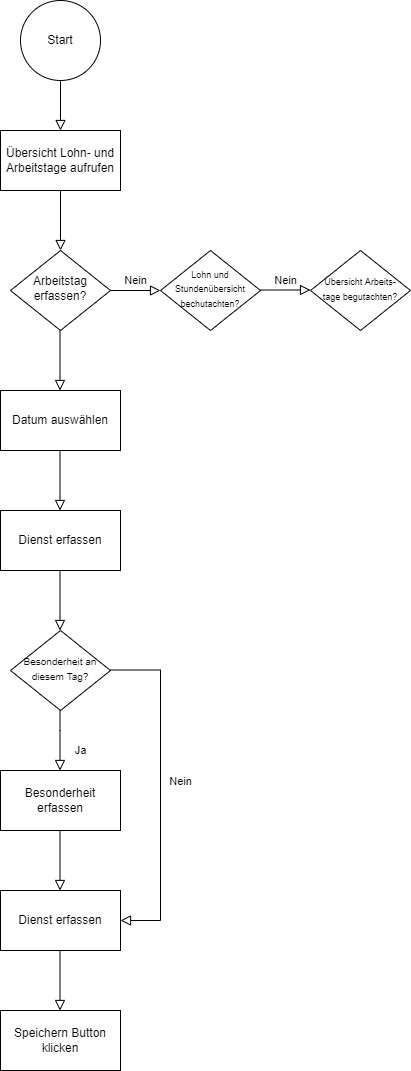
The draw.io diagram static/flowchart/flowchart_lohnundarbeitstage.png in ulber-patrick/projekt_22, before a commit. Source tidied: cells renumbered, new cells last; positions are measured from the earlier drawing's top-left corner, leaving out a move shared by most shapes.
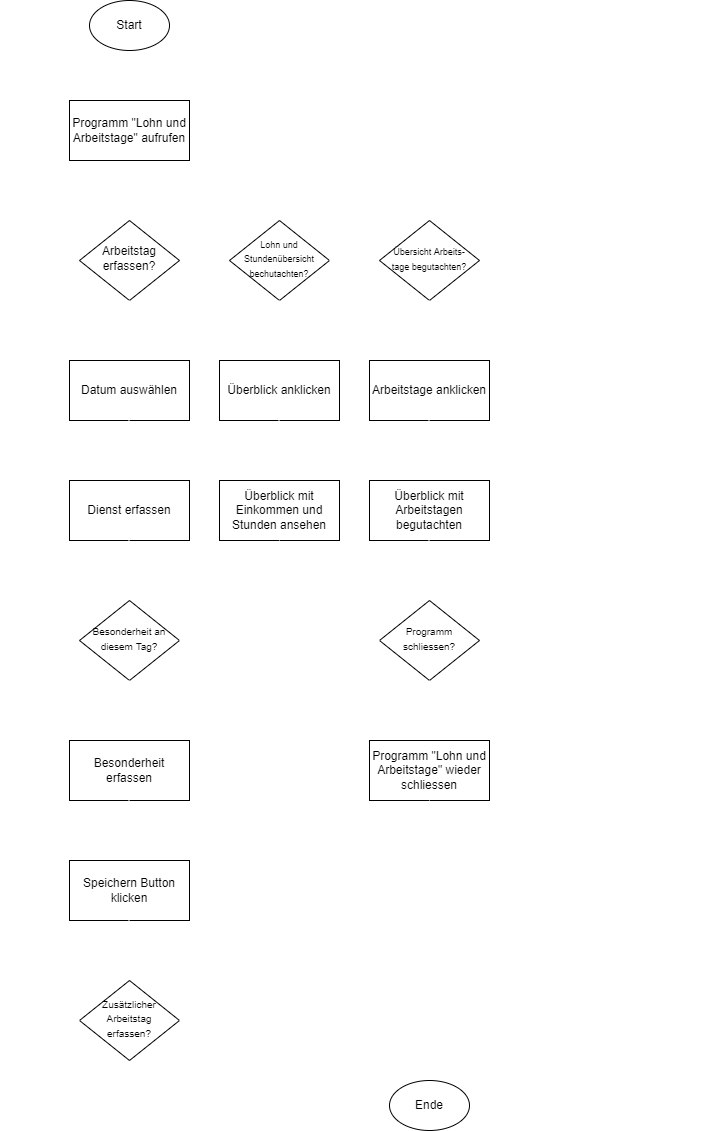
After the commit.

Change to the diagram source:
```diff
@@ -2,16 +2,16 @@
   <root>
     <mxCell id="0" />
     <mxCell id="1" parent="0" />
-    <mxCell id="2" style="rounded=0;html=1;jettySize=auto;orthogonalLoop=1;fontSize=11;endArrow=block;endFill=0;endSize=8;strokeWidth=1;shadow=0;labelBackgroundColor=none;edgeStyle=orthogonalEdgeStyle;" parent="1" edge="1">
+    <mxCell id="2" style="rounded=0;html=1;jettySize=auto;orthogonalLoop=1;fontSize=11;endArrow=block;endFill=0;endSize=8;strokeWidth=1;shadow=0;labelBackgroundColor=none;edgeStyle=orthogonalEdgeStyle;strokeColor=#FFFFFF;" parent="1" edge="1">
       <mxGeometry relative="1" as="geometry">
         <mxPoint x="60" y="80" as="sourcePoint" />
         <mxPoint x="60" y="130" as="targetPoint" />
       </mxGeometry>
     </mxCell>
-    <mxCell id="3" style="rounded=0;html=1;jettySize=auto;fontSize=11;endArrow=block;endFill=0;endSize=8;strokeWidth=1;shadow=0;labelBackgroundColor=none;edgeStyle=orthogonalEdgeStyle;" parent="1" edge="1" source="7" target="5">
+    <mxCell id="3" style="rounded=0;html=1;jettySize=auto;fontSize=11;endArrow=block;endFill=0;endSize=8;strokeWidth=1;shadow=0;labelBackgroundColor=none;edgeStyle=orthogonalEdgeStyle;strokeColor=#FFFFFF;" parent="1" edge="1" source="7" target="5">
       <mxGeometry y="20" relative="1" as="geometry" />
     </mxCell>
-    <mxCell id="4" value="Nein" style="edgeStyle=orthogonalEdgeStyle;rounded=0;html=1;jettySize=auto;fontSize=11;endArrow=block;endFill=0;endSize=8;strokeWidth=1;shadow=0;labelBackgroundColor=none;" parent="1" edge="1" source="5">
+    <mxCell id="4" value="NEIN" style="edgeStyle=orthogonalEdgeStyle;rounded=0;html=1;jettySize=auto;fontSize=11;endArrow=block;endFill=0;endSize=8;strokeWidth=1;shadow=0;labelBackgroundColor=none;strokeColor=#FFFFFF;fontColor=#FFFFFF;" parent="1" edge="1" source="5">
       <mxGeometry y="10" relative="1" as="geometry">
         <mxPoint x="160" y="290" as="targetPoint" />
       </mxGeometry>
@@ -19,21 +19,12 @@
     <mxCell id="5" value="Arbeitstag erfassen?" style="rhombus;whiteSpace=wrap;html=1;shadow=0;fontFamily=Helvetica;fontSize=12;align=center;strokeWidth=1;spacing=6;spacingTop=-4;" parent="1" vertex="1">
       <mxGeometry x="10" y="250" width="100" height="80" as="geometry" />
     </mxCell>
-    <mxCell id="6" value="Start" style="ellipse;whiteSpace=wrap;html=1;" parent="1" vertex="1">
-      <mxGeometry x="20" width="80" height="80" as="geometry" />
-    </mxCell>
-    <mxCell id="7" value="Übersicht Lohn- und Arbeitstage aufrufen" style="rounded=0;whiteSpace=wrap;html=1;" parent="1" vertex="1">
+    <mxCell id="7" value="Programm &quot;Lohn und Arbeitstage&quot; aufrufen" style="rounded=0;whiteSpace=wrap;html=1;" parent="1" vertex="1">
       <mxGeometry y="130" width="120" height="60" as="geometry" />
     </mxCell>
     <mxCell id="8" value="&lt;font style=&quot;font-size: 9px;&quot;&gt;Lohn und Stundenübersicht bechutachten?&lt;/font&gt;" style="rhombus;whiteSpace=wrap;html=1;shadow=0;fontFamily=Helvetica;fontSize=12;align=center;strokeWidth=1;spacing=6;spacingTop=-4;" parent="1" vertex="1">
       <mxGeometry x="160" y="250" width="100" height="80" as="geometry" />
     </mxCell>
-    <mxCell id="9" value="Nein" style="edgeStyle=orthogonalEdgeStyle;rounded=0;html=1;jettySize=auto;orthogonalLoop=1;fontSize=11;endArrow=block;endFill=0;endSize=8;strokeWidth=1;shadow=0;labelBackgroundColor=none;" parent="1" edge="1">
-      <mxGeometry y="10" relative="1" as="geometry">
-        <mxPoint x="260" y="289.5" as="sourcePoint" />
-        <mxPoint x="310" y="289.5" as="targetPoint" />
-      </mxGeometry>
-    </mxCell>
     <mxCell id="10" value="&lt;font style=&quot;font-size: 9px;&quot;&gt;Übersicht Arbeits-&lt;br&gt;tage begutachten?&lt;/font&gt;" style="rhombus;whiteSpace=wrap;html=1;shadow=0;fontFamily=Helvetica;fontSize=12;align=center;strokeWidth=1;spacing=6;spacingTop=-4;" parent="1" vertex="1">
       <mxGeometry x="310" y="250" width="100" height="80" as="geometry" />
     </mxCell>
@@ -49,8 +40,8 @@
     <mxCell id="14" value="Besonderheit erfassen" style="rounded=0;whiteSpace=wrap;html=1;" parent="1" vertex="1">
       <mxGeometry y="770" width="120" height="60" as="geometry" />
     </mxCell>
-    <mxCell id="15" value="Ja" style="rounded=0;html=1;jettySize=auto;orthogonalLoop=1;fontSize=11;endArrow=block;endFill=0;endSize=8;strokeWidth=1;shadow=0;labelBackgroundColor=none;edgeStyle=orthogonalEdgeStyle;" parent="1" edge="1">
-      <mxGeometry x="0.33" y="20" relative="1" as="geometry">
+    <mxCell id="15" value="JA" style="rounded=0;html=1;jettySize=auto;orthogonalLoop=1;fontSize=11;endArrow=block;endFill=0;endSize=8;strokeWidth=1;shadow=0;labelBackgroundColor=none;edgeStyle=orthogonalEdgeStyle;strokeColor=#FFFFFF;fontColor=#FFFFFF;" parent="1" edge="1">
+      <mxGeometry x="-0.33" y="20" relative="1" as="geometry">
         <mxPoint x="59.5" y="710" as="sourcePoint" />
         <mxPoint x="59.5" y="770" as="targetPoint" />
         <Array as="points">
@@ -59,51 +50,181 @@
         </Array>
       </mxGeometry>
     </mxCell>
-    <mxCell id="16" value="Nein" style="edgeStyle=orthogonalEdgeStyle;rounded=0;html=1;jettySize=auto;fontSize=11;endArrow=block;endFill=0;endSize=8;strokeWidth=1;shadow=0;labelBackgroundColor=none;entryX=1;entryY=0.5;entryDx=0;entryDy=0;" parent="1" edge="1" target="17">
+    <mxCell id="16" value="NEIN" style="edgeStyle=orthogonalEdgeStyle;rounded=0;html=1;jettySize=auto;orthogonalLoop=1;fontSize=11;endArrow=block;endFill=0;endSize=8;strokeWidth=1;shadow=0;labelBackgroundColor=none;entryX=1;entryY=0.5;entryDx=0;entryDy=0;strokeColor=#FFFFFF;fontColor=#FFFFFF;" parent="1" edge="1">
       <mxGeometry x="-0.06" y="20" relative="1" as="geometry">
         <mxPoint x="110" y="669.5" as="sourcePoint" />
+        <mxPoint x="120" y="920" as="targetPoint" />
         <Array as="points">
-          <mxPoint x="160" y="670" />
-          <mxPoint x="160" y="920" />
+          <mxPoint x="150" y="670" />
+          <mxPoint x="150" y="920" />
         </Array>
         <mxPoint y="1" as="offset" />
       </mxGeometry>
     </mxCell>
-    <mxCell id="17" value="Dienst erfassen" style="rounded=0;whiteSpace=wrap;html=1;" parent="1" vertex="1">
-      <mxGeometry y="890" width="120" height="60" as="geometry" />
-    </mxCell>
-    <mxCell id="18" style="rounded=0;html=1;jettySize=auto;orthogonalLoop=1;fontSize=11;endArrow=block;endFill=0;endSize=8;strokeWidth=1;shadow=0;labelBackgroundColor=none;edgeStyle=orthogonalEdgeStyle;" parent="1" edge="1">
+    <mxCell id="18" style="rounded=0;html=1;jettySize=auto;orthogonalLoop=1;fontSize=11;endArrow=block;endFill=0;endSize=8;strokeWidth=1;shadow=0;labelBackgroundColor=none;edgeStyle=orthogonalEdgeStyle;strokeColor=#FFFFFF;" parent="1" edge="1">
       <mxGeometry y="20" relative="1" as="geometry">
         <mxPoint x="59.5" y="450" as="sourcePoint" />
         <mxPoint x="59.5" y="510" as="targetPoint" />
       </mxGeometry>
     </mxCell>
-    <mxCell id="19" style="rounded=0;html=1;jettySize=auto;orthogonalLoop=1;fontSize=11;endArrow=block;endFill=0;endSize=8;strokeWidth=1;shadow=0;labelBackgroundColor=none;edgeStyle=orthogonalEdgeStyle;" parent="1" edge="1">
+    <mxCell id="19" value="JA" style="rounded=0;html=1;jettySize=auto;orthogonalLoop=1;fontSize=11;endArrow=block;endFill=0;endSize=8;strokeWidth=1;shadow=0;labelBackgroundColor=none;edgeStyle=orthogonalEdgeStyle;strokeColor=#FFFFFF;fontColor=#FFFFFF;" parent="1" edge="1">
       <mxGeometry y="20" relative="1" as="geometry">
         <mxPoint x="59.5" y="330" as="sourcePoint" />
         <mxPoint x="59.5" y="390" as="targetPoint" />
       </mxGeometry>
     </mxCell>
-    <mxCell id="20" style="rounded=0;html=1;jettySize=auto;orthogonalLoop=1;fontSize=11;endArrow=block;endFill=0;endSize=8;strokeWidth=1;shadow=0;labelBackgroundColor=none;edgeStyle=orthogonalEdgeStyle;" parent="1" edge="1">
+    <mxCell id="20" style="rounded=0;html=1;jettySize=auto;orthogonalLoop=1;fontSize=11;endArrow=block;endFill=0;endSize=8;strokeWidth=1;shadow=0;labelBackgroundColor=none;edgeStyle=orthogonalEdgeStyle;strokeColor=#FFFFFF;" parent="1" edge="1">
       <mxGeometry y="20" relative="1" as="geometry">
         <mxPoint x="59.5" y="570" as="sourcePoint" />
         <mxPoint x="59.5" y="630" as="targetPoint" />
       </mxGeometry>
     </mxCell>
     <mxCell id="21" value="Speichern Button klicken" style="rounded=0;whiteSpace=wrap;html=1;" parent="1" vertex="1">
-      <mxGeometry y="1010" width="120" height="60" as="geometry" />
+      <mxGeometry y="890" width="120" height="60" as="geometry" />
     </mxCell>
-    <mxCell id="22" style="rounded=0;html=1;jettySize=auto;orthogonalLoop=1;fontSize=11;endArrow=block;endFill=0;endSize=8;strokeWidth=1;shadow=0;labelBackgroundColor=none;edgeStyle=orthogonalEdgeStyle;" parent="1" edge="1">
-      <mxGeometry y="20" relative="1" as="geometry">
-        <mxPoint x="59.5" y="950" as="sourcePoint" />
-        <mxPoint x="59.5" y="1010" as="targetPoint" />
-      </mxGeometry>
-    </mxCell>
-    <mxCell id="23" style="rounded=0;html=1;jettySize=auto;orthogonalLoop=1;fontSize=11;endArrow=block;endFill=0;endSize=8;strokeWidth=1;shadow=0;labelBackgroundColor=none;edgeStyle=orthogonalEdgeStyle;" parent="1" edge="1">
+    <mxCell id="23" style="rounded=0;html=1;jettySize=auto;orthogonalLoop=1;fontSize=11;endArrow=block;endFill=0;endSize=8;strokeWidth=1;shadow=0;labelBackgroundColor=none;edgeStyle=orthogonalEdgeStyle;strokeColor=#FFFFFF;" parent="1" edge="1">
       <mxGeometry y="20" relative="1" as="geometry">
         <mxPoint x="59.5" y="830" as="sourcePoint" />
         <mxPoint x="59.5" y="890" as="targetPoint" />
       </mxGeometry>
     </mxCell>
+    <mxCell id="6" value="Start" style="ellipse;whiteSpace=wrap;html=1;" parent="1" vertex="1">
+      <mxGeometry x="20" y="30" width="80" height="50" as="geometry" />
+    </mxCell>
+    <mxCell id="24" value="Überblick anklicken" style="rounded=0;whiteSpace=wrap;html=1;" parent="1" vertex="1">
+      <mxGeometry x="150" y="390" width="120" height="60" as="geometry" />
+    </mxCell>
+    <mxCell id="25" value="NEIN" style="edgeStyle=orthogonalEdgeStyle;rounded=0;html=1;jettySize=auto;orthogonalLoop=1;fontSize=11;endArrow=block;endFill=0;endSize=8;strokeWidth=1;shadow=0;labelBackgroundColor=none;strokeColor=#FFFFFF;fontColor=#FFFFFF;" parent="1" edge="1">
+      <mxGeometry y="10" relative="1" as="geometry">
+        <mxPoint x="260" y="289.5" as="sourcePoint" />
+        <mxPoint x="310" y="289.5" as="targetPoint" />
+      </mxGeometry>
+    </mxCell>
+    <mxCell id="26" value="JA" style="rounded=0;html=1;jettySize=auto;orthogonalLoop=1;fontSize=11;endArrow=block;endFill=0;endSize=8;strokeWidth=1;shadow=0;labelBackgroundColor=none;edgeStyle=orthogonalEdgeStyle;strokeColor=#FFFFFF;fontColor=#FFFFFF;" parent="1" edge="1">
+      <mxGeometry y="20" relative="1" as="geometry">
+        <mxPoint x="209.5" y="330" as="sourcePoint" />
+        <mxPoint x="209.5" y="390" as="targetPoint" />
+      </mxGeometry>
+    </mxCell>
+    <mxCell id="27" value="Arbeitstage anklicken" style="rounded=0;whiteSpace=wrap;html=1;" parent="1" vertex="1">
+      <mxGeometry x="300" y="390" width="120" height="60" as="geometry" />
+    </mxCell>
+    <mxCell id="28" value="JA" style="rounded=0;html=1;jettySize=auto;orthogonalLoop=1;fontSize=11;endArrow=block;endFill=0;endSize=8;strokeWidth=1;shadow=0;labelBackgroundColor=none;edgeStyle=orthogonalEdgeStyle;strokeColor=#FFFFFF;fontColor=#FFFFFF;" parent="1" edge="1">
+      <mxGeometry y="20" relative="1" as="geometry">
+        <mxPoint x="359.5" y="330" as="sourcePoint" />
+        <mxPoint x="359.5" y="390" as="targetPoint" />
+      </mxGeometry>
+    </mxCell>
+    <mxCell id="29" value="Überblick mit Einkommen und Stunden ansehen" style="rounded=0;whiteSpace=wrap;html=1;" parent="1" vertex="1">
+      <mxGeometry x="150" y="510" width="120" height="60" as="geometry" />
+    </mxCell>
+    <mxCell id="30" value="&lt;font style=&quot;font-size: 10px;&quot;&gt;Zusätzlicher Arbeitstag erfassen?&lt;/font&gt;" style="rhombus;whiteSpace=wrap;html=1;shadow=0;fontFamily=Helvetica;fontSize=12;align=center;strokeWidth=1;spacing=6;spacingTop=-4;" parent="1" vertex="1">
+      <mxGeometry x="10" y="1010" width="100" height="80" as="geometry" />
+    </mxCell>
+    <mxCell id="31" style="rounded=0;html=1;jettySize=auto;orthogonalLoop=1;fontSize=11;endArrow=block;endFill=0;endSize=8;strokeWidth=1;shadow=0;labelBackgroundColor=none;edgeStyle=orthogonalEdgeStyle;strokeColor=#FFFFFF;" parent="1" edge="1">
+      <mxGeometry y="20" relative="1" as="geometry">
+        <mxPoint x="59.5" y="950" as="sourcePoint" />
+        <mxPoint x="59.5" y="1010" as="targetPoint" />
+      </mxGeometry>
+    </mxCell>
+    <mxCell id="32" style="rounded=0;html=1;jettySize=auto;fontSize=11;endArrow=block;endFill=0;endSize=8;strokeWidth=1;shadow=0;labelBackgroundColor=none;edgeStyle=orthogonalEdgeStyle;entryX=0;entryY=0.5;entryDx=0;entryDy=0;strokeColor=#FFFFFF;" parent="1" edge="1" target="11">
+      <mxGeometry y="20" relative="1" as="geometry">
+        <mxPoint x="10" y="1050" as="sourcePoint" />
+        <Array as="points">
+          <mxPoint x="9" y="1050" />
+          <mxPoint x="-30" y="1050" />
+          <mxPoint x="-30" y="420" />
+        </Array>
+      </mxGeometry>
+    </mxCell>
+    <mxCell id="33" value="JA" style="edgeLabel;html=1;align=center;verticalAlign=middle;fontSize=9;fontColor=#FFFFFF;labelBackgroundColor=none;" parent="32" vertex="1">
+      <mxGeometry x="-0.21" y="-3" relative="1" as="geometry">
+        <mxPoint x="17" y="225" as="offset" />
+      </mxGeometry>
+    </mxCell>
+    <mxCell id="34" value="Überblick mit Arbeitstagen begutachten" style="rounded=0;whiteSpace=wrap;html=1;" parent="1" vertex="1">
+      <mxGeometry x="300" y="510" width="120" height="60" as="geometry" />
+    </mxCell>
+    <mxCell id="35" style="rounded=0;html=1;jettySize=auto;orthogonalLoop=1;fontSize=11;endArrow=block;endFill=0;endSize=8;strokeWidth=1;shadow=0;labelBackgroundColor=none;edgeStyle=orthogonalEdgeStyle;strokeColor=#FFFFFF;" parent="1" edge="1">
+      <mxGeometry y="20" relative="1" as="geometry">
+        <mxPoint x="359.5" y="450" as="sourcePoint" />
+        <mxPoint x="359.5" y="510" as="targetPoint" />
+      </mxGeometry>
+    </mxCell>
+    <mxCell id="36" style="rounded=0;html=1;jettySize=auto;orthogonalLoop=1;fontSize=11;endArrow=block;endFill=0;endSize=8;strokeWidth=1;shadow=0;labelBackgroundColor=none;edgeStyle=orthogonalEdgeStyle;strokeColor=#FFFFFF;" parent="1" edge="1">
+      <mxGeometry y="20" relative="1" as="geometry">
+        <mxPoint x="209.5" y="450" as="sourcePoint" />
+        <mxPoint x="209.5" y="510" as="targetPoint" />
+      </mxGeometry>
+    </mxCell>
+    <mxCell id="37" style="rounded=0;html=1;jettySize=auto;fontSize=11;endArrow=block;endFill=0;endSize=8;strokeWidth=1;shadow=0;labelBackgroundColor=none;edgeStyle=orthogonalEdgeStyle;exitX=0.5;exitY=1;exitDx=0;exitDy=0;entryX=0.5;entryY=0;entryDx=0;entryDy=0;strokeColor=#FFFFFF;" parent="1" edge="1" source="29" target="10">
+      <mxGeometry y="20" relative="1" as="geometry">
+        <Array as="points">
+          <mxPoint x="210" y="600" />
+          <mxPoint x="610" y="600" />
+          <mxPoint x="610" y="210" />
+          <mxPoint x="360" y="210" />
+        </Array>
+      </mxGeometry>
+    </mxCell>
+    <mxCell id="38" value="Programm &quot;Lohn und Arbeitstage&quot; wieder schliessen" style="rounded=0;whiteSpace=wrap;html=1;" parent="1" vertex="1">
+      <mxGeometry x="300" y="770" width="120" height="60" as="geometry" />
+    </mxCell>
+    <mxCell id="39" value="NEIN" style="rounded=0;html=1;jettySize=auto;fontSize=11;endArrow=block;endFill=0;endSize=8;strokeWidth=1;shadow=0;labelBackgroundColor=none;edgeStyle=orthogonalEdgeStyle;strokeColor=#FFFFFF;fontColor=#FFFFFF;" parent="1" edge="1" target="8">
+      <mxGeometry x="-0.98" y="10" relative="1" as="geometry">
+        <mxPoint x="110" y="1050" as="sourcePoint" />
+        <Array as="points">
+          <mxPoint x="110" y="1050" />
+          <mxPoint x="640" y="1050" />
+          <mxPoint x="640" y="180" />
+          <mxPoint x="210" y="180" />
+        </Array>
+      </mxGeometry>
+    </mxCell>
+    <mxCell id="40" value="Ende" style="ellipse;whiteSpace=wrap;html=1;" parent="1" vertex="1">
+      <mxGeometry x="320" y="1110" width="80" height="50" as="geometry" />
+    </mxCell>
+    <mxCell id="41" style="rounded=0;html=1;jettySize=auto;fontSize=11;endArrow=block;endFill=0;endSize=8;strokeWidth=1;shadow=0;labelBackgroundColor=none;edgeStyle=orthogonalEdgeStyle;entryX=0.5;entryY=0;entryDx=0;entryDy=0;exitX=0.5;exitY=1;exitDx=0;exitDy=0;strokeColor=#FFFFFF;" parent="1" edge="1" source="38" target="40">
+      <mxGeometry y="20" relative="1" as="geometry">
+        <Array as="points">
+          <mxPoint x="360" y="970" />
+          <mxPoint x="360" y="970" />
+        </Array>
+      </mxGeometry>
+    </mxCell>
+    <mxCell id="42" value="&lt;font size=&quot;1&quot;&gt;Programm schliessen?&lt;/font&gt;" style="rhombus;whiteSpace=wrap;html=1;shadow=0;fontFamily=Helvetica;fontSize=12;align=center;strokeWidth=1;spacing=6;spacingTop=-4;" parent="1" vertex="1">
+      <mxGeometry x="310" y="630" width="100" height="80" as="geometry" />
+    </mxCell>
+    <mxCell id="43" value="JA" style="rounded=0;html=1;jettySize=auto;fontSize=11;endArrow=block;endFill=0;endSize=8;strokeWidth=1;shadow=0;labelBackgroundColor=none;edgeStyle=orthogonalEdgeStyle;entryX=0.5;entryY=0;entryDx=0;entryDy=0;fontColor=#FFFFFF;strokeColor=#FFFFFF;" parent="1" edge="1" target="38">
+      <mxGeometry y="20" relative="1" as="geometry">
+        <mxPoint x="360" y="710" as="sourcePoint" />
+        <Array as="points">
+          <mxPoint x="360" y="770" />
+        </Array>
+      </mxGeometry>
+    </mxCell>
+    <mxCell id="44" style="rounded=0;html=1;jettySize=auto;orthogonalLoop=1;fontSize=11;endArrow=block;endFill=0;endSize=8;strokeWidth=1;shadow=0;labelBackgroundColor=none;edgeStyle=orthogonalEdgeStyle;strokeColor=#FFFFFF;" parent="1" edge="1">
+      <mxGeometry y="20" relative="1" as="geometry">
+        <mxPoint x="359.5" y="570" as="sourcePoint" />
+        <mxPoint x="359.5" y="630" as="targetPoint" />
+      </mxGeometry>
+    </mxCell>
+    <mxCell id="45" style="rounded=0;html=1;jettySize=auto;orthogonalLoop=1;fontSize=11;endArrow=block;endFill=0;endSize=8;strokeWidth=1;shadow=0;labelBackgroundColor=none;edgeStyle=orthogonalEdgeStyle;entryX=0;entryY=0.5;entryDx=0;entryDy=0;strokeColor=#FFFFFF;" parent="1" edge="1">
+      <mxGeometry y="20" relative="1" as="geometry">
+        <mxPoint x="310" y="670" as="sourcePoint" />
+        <mxPoint x="10" y="290" as="targetPoint" />
+        <Array as="points">
+          <mxPoint x="190" y="670" />
+          <mxPoint x="190" y="600" />
+          <mxPoint x="-60" y="600" />
+          <mxPoint x="-60" y="290" />
+        </Array>
+      </mxGeometry>
+    </mxCell>
+    <mxCell id="46" value="NEIN" style="edgeLabel;html=1;align=center;verticalAlign=middle;fontSize=9;fontColor=#FFFFFF;labelBackgroundColor=none;" parent="45" vertex="1">
+      <mxGeometry x="-0.21" y="-3" relative="1" as="geometry">
+        <mxPoint x="232" y="63" as="offset" />
+      </mxGeometry>
+    </mxCell>
   </root>
 </mxGraphModel>
```
